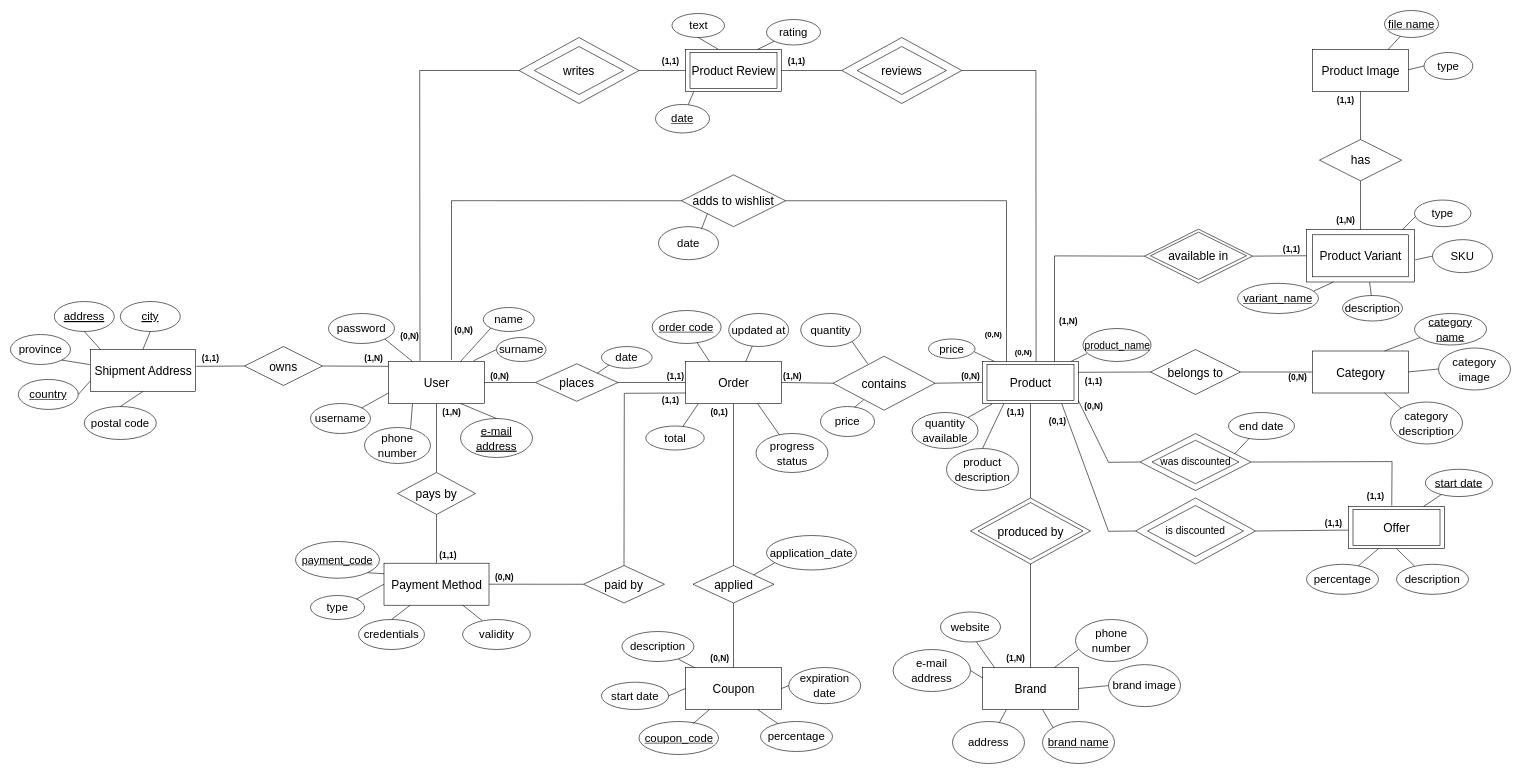
Tecnologie-Del-Web/Project keeps this draw.io diagram as documentation/database/ER.drawio. Above is the earlier version. Source tidied: cells renumbered, new cells numbered last; positions are measured from the earlier drawing's top-left corner, leaving out a move shared by most shapes. Both pictures are drawn from the tidied source at 60%, with x=0, y=0 at pixel (10, 10).
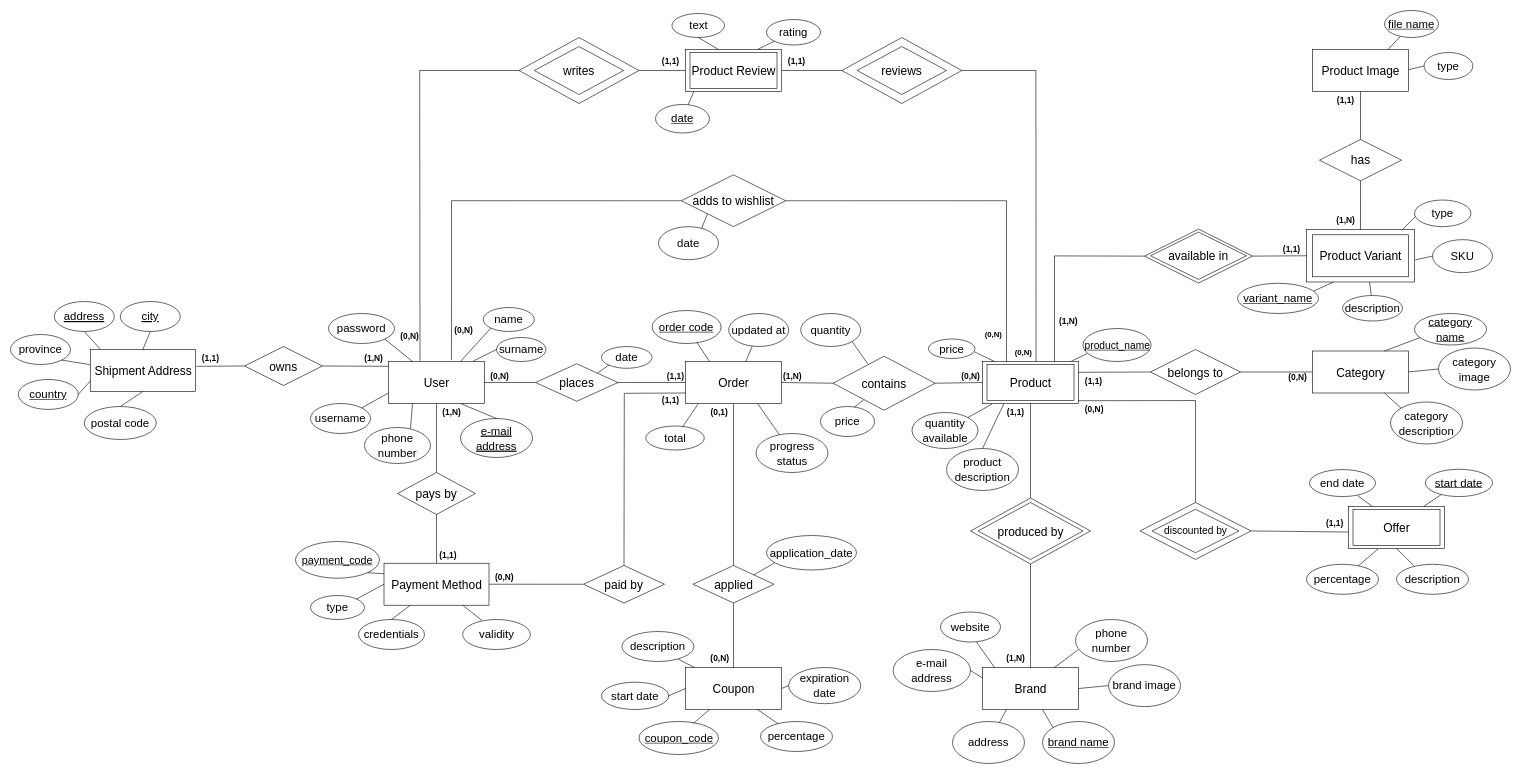
After the change.

The change refers to these unchanged cells:
```xml
<mxCell id="8" value="&lt;font style=&quot;font-size: 20px;&quot;&gt;Product&lt;/font&gt;" style="html=1;dashed=0;whitespace=wrap;" parent="1" vertex="1">
  <mxGeometry x="1620" y="585" width="160" height="70" as="geometry" />
</mxCell>
<mxCell id="97" value="&lt;font style=&quot;font-size: 20px;&quot;&gt;Offer&lt;/font&gt;" style="html=1;dashed=0;whitespace=wrap;" parent="1" vertex="1">
  <mxGeometry x="2230" y="826.8" width="160" height="70" as="geometry" />
</mxCell>
```

What changed in the source:
```diff
@@
     <mxCell id="2" style="rhombus;whiteSpace=wrap;html=1;fillColor=none;gradientColor=default;" parent="1" vertex="1">
-      <mxGeometry x="1882.5" y="705.1" width="185" height="94.9" as="geometry" />
+      <mxGeometry x="1882.5" y="820" width="185" height="94.9" as="geometry" />
     </mxCell>
-    <mxCell id="3" style="rhombus;whiteSpace=wrap;html=1;fillColor=none;gradientColor=default;" parent="1" vertex="1">
-      <mxGeometry x="1875" y="812.5" width="200" height="110" as="geometry" />
-    </mxCell>
@@
-    <mxCell id="101" value="&lt;font style=&quot;font-size: 17px;&quot;&gt;is discounted&lt;/font&gt;" style="shape=rhombus;perimeter=rhombusPerimeter;whiteSpace=wrap;html=1;align=center;" parent="1" vertex="1">
-      <mxGeometry x="1895" y="825" width="160" height="85" as="geometry" />
-    </mxCell>
-    <mxCell id="102" style="endArrow=none;html=1;rounded=0;fontSize=20;exitX=0;exitY=0.5;exitDx=0;exitDy=0;" parent="1" edge="1" source="3">
-      <mxGeometry relative="1" as="geometry">
-        <mxPoint x="1752" y="655" as="targetPoint" />
-        <Array as="points">
-          <mxPoint x="1830" y="868" />
-        </Array>
-      </mxGeometry>
-    </mxCell>
-    <mxCell id="103" style="endArrow=none;html=1;rounded=0;fontSize=20;entryX=1;entryY=0.5;entryDx=0;entryDy=0;exitX=-0.005;exitY=0.56;exitDx=0;exitDy=0;exitPerimeter=0;" parent="1" edge="1" source="97" target="3">
-      <mxGeometry relative="1" as="geometry" />
-    </mxCell>
@@
     <mxCell id="106" value="&lt;font style=&quot;font-size: 19px;&quot;&gt;end date&lt;/font&gt;" style="ellipse;whiteSpace=wrap;html=1;fontSize=20;" parent="1" vertex="1">
-      <mxGeometry x="2030" y="670" width="110" height="45" as="geometry" />
+      <mxGeometry x="2165" y="765.1" width="110" height="45" as="geometry" />
     </mxCell>
-    <mxCell id="107" style="endArrow=none;html=1;rounded=0;fontSize=20;entryX=0.318;entryY=0.945;entryDx=0;entryDy=0;entryPerimeter=0;exitX=0.852;exitY=0.357;exitDx=0;exitDy=0;exitPerimeter=0;" parent="1" edge="1" source="2" target="106">
+    <mxCell id="107" style="endArrow=none;html=1;rounded=0;fontSize=20;entryX=0.731;entryY=0.967;entryDx=0;entryDy=0;exitX=0.25;exitY=0;exitDx=0;exitDy=0;entryPerimeter=0;" parent="1" edge="1" source="97" target="106">
       <mxGeometry relative="1" as="geometry" />
     </mxCell>
@@
-    <mxCell id="133" value="&lt;font style=&quot;font-size: 14px;&quot;&gt;&lt;b&gt;(0,1)&lt;/b&gt;&lt;/font&gt;" style="text;html=1;align=center;verticalAlign=middle;strokeColor=none;fillColor=none;" parent="1" vertex="1">
-      <mxGeometry x="1720" y="670" width="50" height="30" as="geometry" />
-    </mxCell>
-    <mxCell id="134" value="&lt;font style=&quot;font-size: 14px;&quot;&gt;&lt;b&gt;(1,1)&lt;/b&gt;&lt;/font&gt;" style="text;html=1;align=center;verticalAlign=middle;strokeColor=none;fillColor=none;" parent="1" vertex="1">
-      <mxGeometry x="2180" y="840" width="50" height="30" as="geometry" />
-    </mxCell>
@@
-    <mxCell id="202" value="&lt;font style=&quot;font-size: 17px;&quot;&gt;was discounted&lt;/font&gt;" style="shape=rhombus;perimeter=rhombusPerimeter;whiteSpace=wrap;html=1;align=center;" parent="1" vertex="1">
-      <mxGeometry x="1902.5" y="716.3" width="145" height="72.4" as="geometry" />
+    <mxCell id="202" value="&lt;font style=&quot;font-size: 17px;&quot;&gt;discounted by&lt;/font&gt;" style="shape=rhombus;perimeter=rhombusPerimeter;whiteSpace=wrap;html=1;align=center;" parent="1" vertex="1">
+      <mxGeometry x="1902.5" y="831.3" width="145" height="72.4" as="geometry" />
     </mxCell>
-    <mxCell id="203" style="endArrow=none;html=1;rounded=0;fontSize=20;exitX=0;exitY=0.5;exitDx=0;exitDy=0;entryX=0.999;entryY=0.934;entryDx=0;entryDy=0;entryPerimeter=0;" parent="1" edge="1" source="2" target="8">
+    <mxCell id="203" style="endArrow=none;html=1;rounded=0;fontSize=20;exitX=0.5;exitY=0;exitDx=0;exitDy=0;entryX=0.999;entryY=0.934;entryDx=0;entryDy=0;entryPerimeter=0;" parent="1" edge="1" source="2" target="8">
       <mxGeometry relative="1" as="geometry">
         <Array as="points">
-          <mxPoint x="1830" y="753" />
+          <mxPoint x="1975" y="650" />
         </Array>
       </mxGeometry>
     </mxCell>
-    <mxCell id="204" style="endArrow=none;html=1;rounded=0;fontSize=20;exitX=1.042;exitY=1.006;exitDx=0;exitDy=0;entryX=1;entryY=0.5;entryDx=0;entryDy=0;exitPerimeter=0;" parent="1" edge="1" source="205" target="2">
-      <mxGeometry relative="1" as="geometry">
-        <Array as="points">
-          <mxPoint x="2302.6" y="751.8" />
-        </Array>
-      </mxGeometry>
+    <mxCell id="204" style="endArrow=none;html=1;rounded=0;fontSize=20;exitX=-0.002;exitY=0.606;exitDx=0;exitDy=0;entryX=1;entryY=0.5;entryDx=0;entryDy=0;exitPerimeter=0;" parent="1" edge="1" source="97" target="2">
+      <mxGeometry relative="1" as="geometry" />
     </mxCell>
     <mxCell id="205" value="&lt;font style=&quot;font-size: 14px;&quot;&gt;&lt;b&gt;(1,1)&lt;/b&gt;&lt;/font&gt;" style="text;html=1;align=center;verticalAlign=middle;points=[];strokeColor=none;fillColor=none;" parent="1" vertex="1">
-      <mxGeometry x="2250" y="795" width="50" height="30" as="geometry" />
+      <mxGeometry x="2181.6" y="840" width="50" height="30" as="geometry" />
     </mxCell>
     <mxCell id="206" value="&lt;font style=&quot;font-size: 14px;&quot;&gt;&lt;b&gt;(0,N)&lt;/b&gt;&lt;/font&gt;" style="text;html=1;align=center;verticalAlign=middle;strokeColor=none;fillColor=none;" parent="1" vertex="1">
-      <mxGeometry x="1780" y="645" width="50" height="30" as="geometry" />
+      <mxGeometry x="1781" y="650" width="50" height="30" as="geometry" />
     </mxCell>
```
